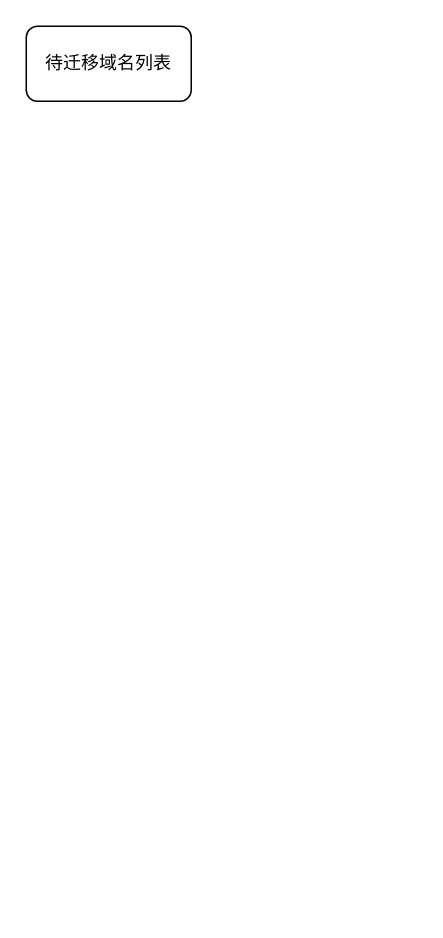
This is page "第 10 页" (10 of 10) of tcb.drawio from wwCrazy/resume, a draw.io file, before an edit. Source tidied: cells renumbered, new cells numbered last; positions are measured from the earlier drawing's top-left corner, leaving out a move shared by most shapes. Both pictures are drawn from the tidied source at 150%, with x=0, y=0 at pixel (26, 26).
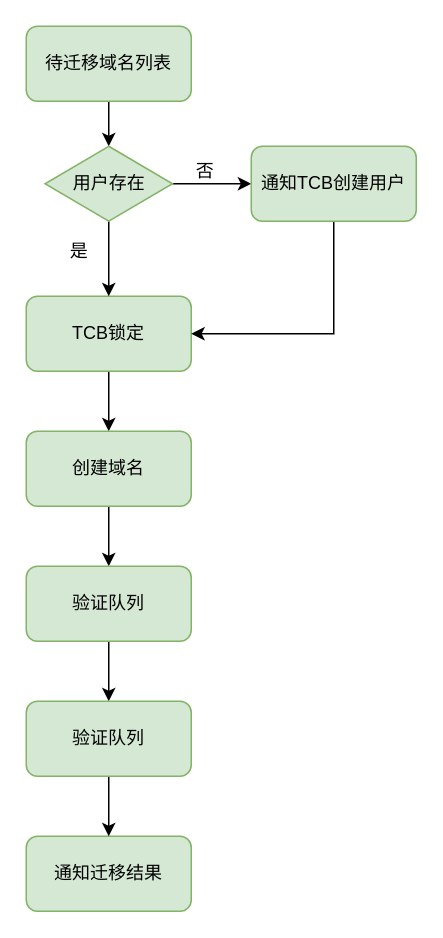
The same diagram, later.

Diff of the diagram source:
```diff
@@
 <mxGraphModel>
   <root>
     <mxCell id="0" />
     <mxCell id="1" parent="0" />
+    <mxCell id="3" style="edgeStyle=orthogonalEdgeStyle;curved=1;rounded=0;jettySize=auto;html=1;exitX=0.5;exitY=1;exitDx=0;exitDy=0;entryX=0.5;entryY=0;entryDx=0;entryDy=0;" parent="1" edge="1" source="2" target="13">
+      <mxGeometry relative="1" as="geometry" />
+    </mxCell>
-    <mxCell id="2" value="待迁移域名列表" style="rounded=1;whiteSpace=wrap;html=1;" parent="1" vertex="1">
+    <mxCell id="2" value="待迁移域名列表" style="rounded=1;whiteSpace=wrap;html=1;fillColor=#d5e8d4;strokeColor=#82b366;" parent="1" vertex="1">
       <mxGeometry width="110" height="50" as="geometry" />
     </mxCell>
+    <mxCell id="4" style="edgeStyle=orthogonalEdgeStyle;rounded=0;jettySize=auto;html=1;exitX=0.5;exitY=1;exitDx=0;exitDy=0;entryX=0.5;entryY=0;entryDx=0;entryDy=0;" parent="1" edge="1" source="5" target="7">
+      <mxGeometry relative="1" as="geometry" />
+    </mxCell>
+    <mxCell id="5" value="TCB锁定" style="rounded=1;whiteSpace=wrap;html=1;fillColor=#d5e8d4;strokeColor=#82b366;" parent="1" vertex="1">
+      <mxGeometry y="180" width="110" height="50" as="geometry" />
+    </mxCell>
+    <mxCell id="6" style="edgeStyle=orthogonalEdgeStyle;rounded=0;jettySize=auto;html=1;exitX=0.5;exitY=1;exitDx=0;exitDy=0;entryX=0.5;entryY=0;entryDx=0;entryDy=0;" parent="1" edge="1" source="7" target="9">
+      <mxGeometry relative="1" as="geometry" />
+    </mxCell>
+    <mxCell id="7" value="创建域名" style="rounded=1;whiteSpace=wrap;html=1;fillColor=#d5e8d4;strokeColor=#82b366;" parent="1" vertex="1">
+      <mxGeometry y="270" width="110" height="50" as="geometry" />
+    </mxCell>
+    <mxCell id="8" style="edgeStyle=orthogonalEdgeStyle;rounded=0;jettySize=auto;html=1;exitX=0.5;exitY=1;exitDx=0;exitDy=0;entryX=0.5;entryY=0;entryDx=0;entryDy=0;" parent="1" edge="1" source="9" target="19">
+      <mxGeometry relative="1" as="geometry" />
+    </mxCell>
+    <mxCell id="9" value="验证队列" style="rounded=1;whiteSpace=wrap;html=1;fillColor=#d5e8d4;strokeColor=#82b366;" parent="1" vertex="1">
+      <mxGeometry y="360" width="110" height="50" as="geometry" />
+    </mxCell>
+    <mxCell id="10" value="通知迁移结果" style="rounded=1;whiteSpace=wrap;html=1;fillColor=#d5e8d4;strokeColor=#82b366;" parent="1" vertex="1">
+      <mxGeometry y="540" width="110" height="50" as="geometry" />
+    </mxCell>
+    <mxCell id="11" style="edgeStyle=orthogonalEdgeStyle;curved=1;rounded=0;jettySize=auto;html=1;exitX=0.5;exitY=1;exitDx=0;exitDy=0;entryX=0.5;entryY=0;entryDx=0;entryDy=0;" parent="1" edge="1" source="13" target="5">
+      <mxGeometry relative="1" as="geometry" />
+    </mxCell>
+    <mxCell id="12" style="edgeStyle=orthogonalEdgeStyle;curved=1;rounded=0;jettySize=auto;html=1;exitX=1;exitY=0.5;exitDx=0;exitDy=0;entryX=0;entryY=0.5;entryDx=0;entryDy=0;" parent="1" edge="1" source="13" target="15">
+      <mxGeometry relative="1" as="geometry" />
+    </mxCell>
+    <mxCell id="13" value="用户存在" style="rhombus;whiteSpace=wrap;html=1;fillColor=#d5e8d4;strokeColor=#82b366;" parent="1" vertex="1">
+      <mxGeometry x="12.5" y="80" width="85" height="50" as="geometry" />
+    </mxCell>
+    <mxCell id="14" style="edgeStyle=orthogonalEdgeStyle;rounded=0;jettySize=auto;html=1;exitX=0.5;exitY=1;exitDx=0;exitDy=0;entryX=1;entryY=0.5;entryDx=0;entryDy=0;" parent="1" edge="1" source="15" target="5">
+      <mxGeometry relative="1" as="geometry" />
+    </mxCell>
+    <mxCell id="15" value="通知TCB创建用户" style="rounded=1;whiteSpace=wrap;html=1;fillColor=#d5e8d4;strokeColor=#82b366;" parent="1" vertex="1">
+      <mxGeometry x="150" y="80" width="110" height="50" as="geometry" />
+    </mxCell>
+    <mxCell id="16" value="否" style="text;html=1;align=center;verticalAlign=middle;fillColor=none;strokeColor=none;rounded=0;" parent="1" vertex="1">
+      <mxGeometry x="103.5" y="87" width="30" height="20" as="geometry" />
+    </mxCell>
+    <mxCell id="17" value="是" style="text;html=1;align=center;verticalAlign=middle;fillColor=none;strokeColor=none;rounded=0;" parent="1" vertex="1">
+      <mxGeometry x="20" y="140" width="30" height="20" as="geometry" />
+    </mxCell>
+    <mxCell id="18" style="edgeStyle=orthogonalEdgeStyle;rounded=0;jettySize=auto;html=1;exitX=0.5;exitY=1;exitDx=0;exitDy=0;" parent="1" edge="1" source="19" target="10">
+      <mxGeometry relative="1" as="geometry" />
+    </mxCell>
+    <mxCell id="19" value="验证队列" style="rounded=1;whiteSpace=wrap;html=1;fillColor=#d5e8d4;strokeColor=#82b366;" parent="1" vertex="1">
+      <mxGeometry y="450" width="110" height="50" as="geometry" />
+    </mxCell>
   </root>
 </mxGraphModel>
```
